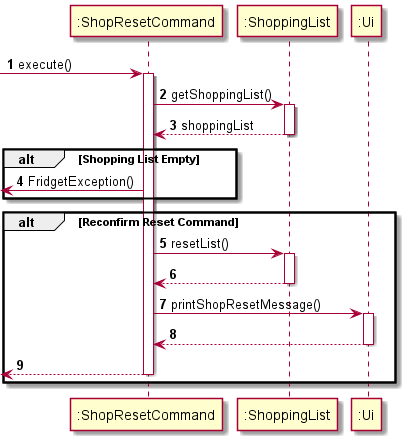
Earlier version of the PlantUML export docs/umlDiagrams/ShopResetSequence.png (uosjapuelks/tp).
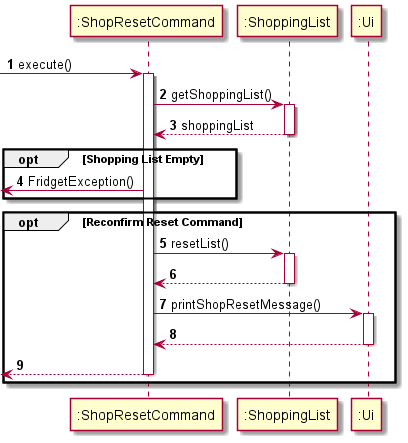
The same diagram one commit later.

Commit message:
Fix alt to opt paths in ShopReset sequence

The edit, as a diff of the source:
```diff
@@ -10,11 +10,11 @@
 ":ShopResetCommand" <-- ":ShoppingList": shoppingList
 deactivate ":ShoppingList"
 
-alt Shopping List Empty
+opt Shopping List Empty
 <- ":ShopResetCommand": FridgetException()
 end
 
-alt Reconfirm Reset Command
+opt Reconfirm Reset Command
 
     ":ShopResetCommand" -> ":ShoppingList": resetList()
     activate ":ShoppingList"
```
